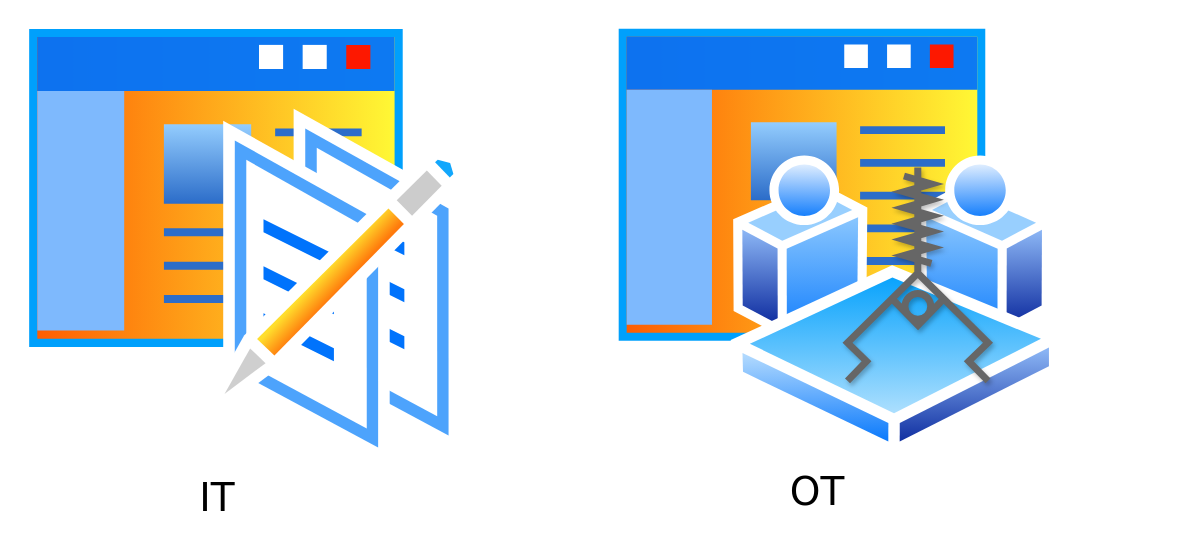
Before: Emerging-Technologies-for-the-Circular-Economy/figures/Diagram Source FIles/IT and OT in IIoT.drawio in ETCE-LAB/teaching-material, a draw.io diagram. Source tidied: cells renumbered, new cells numbered last; positions are measured from the earlier drawing's top-left corner, leaving out a move shared by most shapes. Both pictures are drawn from the tidied source at 100%, with x=0, y=0 at pixel (17, 17).
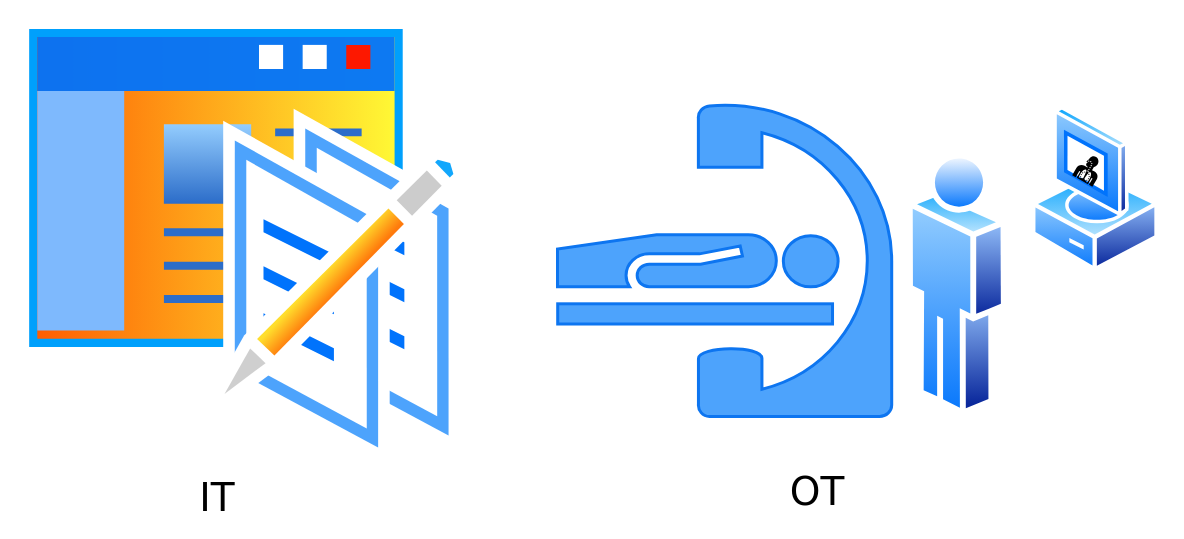
The same page after the edit.

Commit message (it also covers changes not shown here):
Updated "IT vs OT in IIoT" image for ETCE

Diff of the diagram source:
```diff
@@
 <mxGraphModel>
   <root>
     <mxCell id="0" />
     <mxCell id="1" parent="0" />
-    <mxCell id="2" style="perimeter=ellipsePerimeter;html=1;align=center;shadow=0;dashed=0;spacingTop=3;image;image=img/lib/active_directory/workspace_site.svg;dashPattern=1 1;fontFamily=Dejavu Sans;fontSize=23;fontColor=#000000;strokeWidth=2;fillColor=none;" parent="1" vertex="1">
-      <mxGeometry x="590" width="453.6" height="440" as="geometry" />
-    </mxCell>
-    <mxCell id="3" style="verticalLabelPosition=bottom;html=1;verticalAlign=top;strokeColor=#666666;fillColor=default;align=center;shape=mxgraph.fluid_power.x12430;fontFamily=Dejavu Sans;fontSize=23;fontColor=#000000;strokeWidth=7;shadow=1;" parent="1" vertex="1">
-      <mxGeometry x="830" y="150" width="140.5" height="213.4" as="geometry" />
-    </mxCell>
     <mxCell id="4" value="IT" style="text;html=1;strokeColor=none;fillColor=none;align=center;verticalAlign=middle;whiteSpace=wrap;rounded=0;shadow=1;fontFamily=Dejavu Sans;fontSize=39;fontColor=#000000;" parent="1" vertex="1">
       <mxGeometry x="170" y="466" width="60" height="30" as="geometry" />
     </mxCell>
     <mxCell id="5" style="perimeter=ellipsePerimeter;html=1;align=center;shadow=0;dashed=0;spacingTop=3;image;image=img/lib/active_directory/wiki_site.svg;fontFamily=Dejavu Sans;fontSize=23;fontColor=#000000;strokeColor=#666666;strokeWidth=7;fillColor=default;" parent="1" vertex="1">
       <mxGeometry width="450" height="450" as="geometry" />
     </mxCell>
     <mxCell id="6" value="OT" style="text;html=1;strokeColor=none;fillColor=none;align=center;verticalAlign=middle;whiteSpace=wrap;rounded=0;shadow=1;fontFamily=Dejavu Sans;fontSize=39;fontColor=#000000;" parent="1" vertex="1">
       <mxGeometry x="770" y="460" width="60" height="30" as="geometry" />
     </mxCell>
+    <mxCell id="7" style="group;" parent="1" vertex="1">
+      <mxGeometry x="540" y="80" width="610" height="340" as="geometry" />
+    </mxCell>
+    <mxCell id="8" style="shape=mxgraph.signs.healthcare.cath_lab;html=1;fillColor=#4DA3FC;strokeColor=#0D75F0;verticalLabelPosition=bottom;verticalAlign=top;align=center;strokeWidth=3;" parent="7" vertex="1">
+      <mxGeometry width="334.2" height="319" as="geometry" />
+    </mxCell>
+    <mxCell id="9" style="perimeter=ellipsePerimeter;html=1;align=center;shadow=0;dashed=0;spacingTop=3;image;image=img/lib/active_directory/user.svg;strokeColor=#0D75F0;strokeWidth=3;fillColor=#4DA3FC;" parent="7" vertex="1">
+      <mxGeometry x="349.8" y="52.1" width="100" height="270.2" as="geometry" />
+    </mxCell>
+    <mxCell id="10" style="perimeter=ellipsePerimeter;html=1;align=center;shadow=0;dashed=0;spacingTop=3;image;image=img/lib/active_directory/vista_client.svg;strokeColor=#0D75F0;strokeWidth=3;fillColor=#4DA3FC;" parent="7" vertex="1">
+      <mxGeometry x="474.1" y="7.8" width="127.6" height="167.9" as="geometry" />
+    </mxCell>
+    <mxCell id="11" style="shape=mxgraph.signs.healthcare.lungs;html=1;fillColor=#000000;strokeColor=none;verticalLabelPosition=bottom;verticalAlign=top;align=center;rotation=-150;direction=west;" parent="7" vertex="1">
+      <mxGeometry x="520" y="57.6" width="23.3" height="28" as="geometry" />
+    </mxCell>
   </root>
 </mxGraphModel>
```
